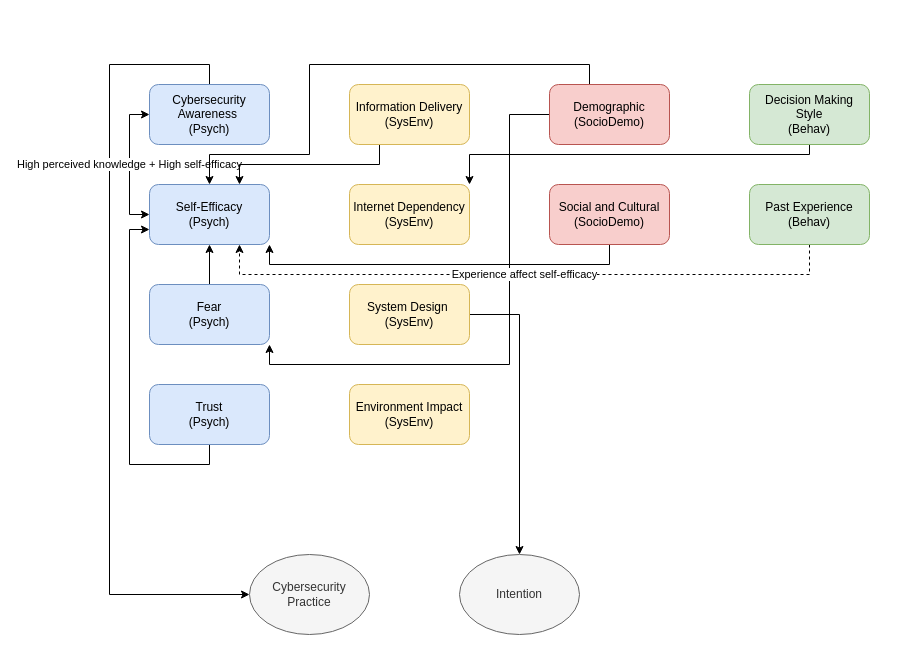
The draw.io diagram page "Page-1" (1 of 2) of Diagrams/Codebook.drawio in HooradAboo/I-CLAIM, before the edit. Source tidied: cells renumbered, new cells numbered last; positions are measured from the earlier drawing's top-left corner, leaving out a move shared by most shapes. Both pictures are drawn from the tidied source at 100%, with x=0, y=0 at pixel (109, 64).
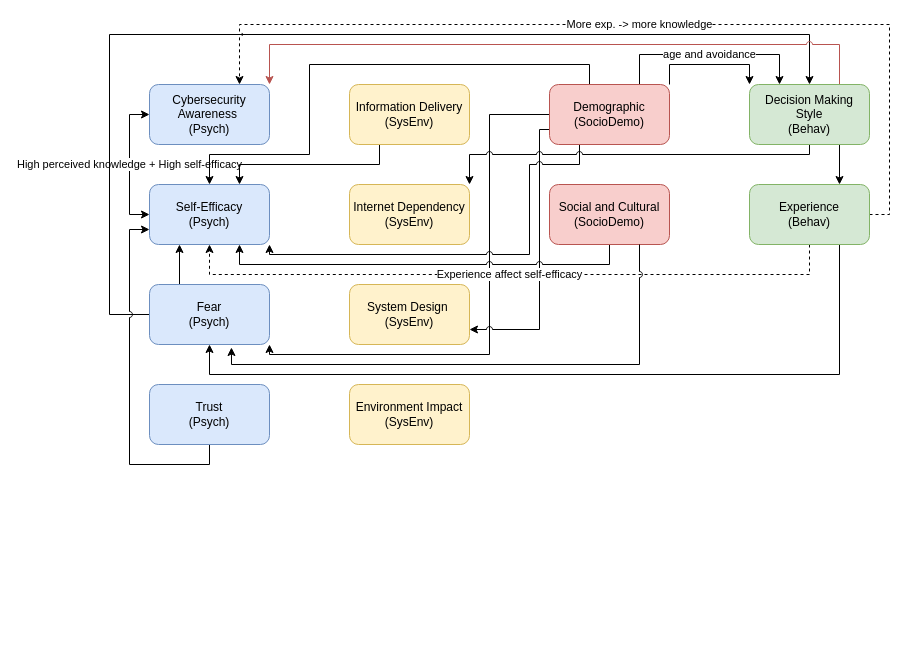
The same diagram, later.

The change refers to these unchanged cells:
```xml
<mxCell id="3" value="Cybersecurity Awareness&amp;nbsp;&lt;br&gt;(Psych)" style="rounded=1;whiteSpace=wrap;html=1;fillColor=#dae8fc;strokeColor=#6c8ebf;" parent="1" vertex="1">
  <mxGeometry x="40" y="20" width="120" height="60" as="geometry" />
</mxCell>
<mxCell id="5" value="Self-Efficacy&lt;br&gt;(Psych)" style="rounded=1;whiteSpace=wrap;html=1;fillColor=#dae8fc;strokeColor=#6c8ebf;" parent="1" vertex="1">
  <mxGeometry x="40" y="120" width="120" height="60" as="geometry" />
</mxCell>
<mxCell id="7" value="Fear&lt;br&gt;(Psych)" style="rounded=1;whiteSpace=wrap;html=1;fillColor=#dae8fc;strokeColor=#6c8ebf;" parent="1" vertex="1">
  <mxGeometry x="40" y="220" width="120" height="60" as="geometry" />
</mxCell>
<mxCell id="9" value="Trust&lt;br&gt;(Psych)" style="rounded=1;whiteSpace=wrap;html=1;fillColor=#dae8fc;strokeColor=#6c8ebf;" parent="1" vertex="1">
  <mxGeometry x="40" y="320" width="120" height="60" as="geometry" />
</mxCell>
<mxCell id="11" value="Information Delivery&lt;br&gt;(SysEnv)" style="rounded=1;whiteSpace=wrap;html=1;fillColor=#fff2cc;strokeColor=#d6b656;" parent="1" vertex="1">
  <mxGeometry x="240" y="20" width="120" height="60" as="geometry" />
</mxCell>
<mxCell id="12" value="Internet Dependency&lt;br&gt;(SysEnv)" style="rounded=1;whiteSpace=wrap;html=1;fillColor=#fff2cc;strokeColor=#d6b656;" parent="1" vertex="1">
  <mxGeometry x="240" y="120" width="120" height="60" as="geometry" />
</mxCell>
<mxCell id="14" value="System Design&lt;span style=&quot;background-color: transparent; color: light-dark(rgb(0, 0, 0), rgb(255, 255, 255));&quot;&gt;&amp;nbsp;&lt;/span&gt;&lt;div&gt;(SysEnv)&lt;/div&gt;" style="rounded=1;whiteSpace=wrap;html=1;fillColor=#fff2cc;strokeColor=#d6b656;" parent="1" vertex="1">
  <mxGeometry x="240" y="220" width="120" height="60" as="geometry" />
</mxCell>
<mxCell id="18" value="Demographic&lt;br&gt;(SocioDemo)" style="rounded=1;whiteSpace=wrap;html=1;fillColor=#f8cecc;strokeColor=#b85450;" parent="1" vertex="1">
  <mxGeometry x="440" y="20" width="120" height="60" as="geometry" />
</mxCell>
<mxCell id="20" value="Social and Cultural&lt;br&gt;(SocioDemo)" style="rounded=1;whiteSpace=wrap;html=1;fillColor=#f8cecc;strokeColor=#b85450;" parent="1" vertex="1">
  <mxGeometry x="440" y="120" width="120" height="60" as="geometry" />
</mxCell>
<mxCell id="22" value="Decision Making Style&lt;br&gt;(Behav)" style="rounded=1;whiteSpace=wrap;html=1;fillColor=#d5e8d4;strokeColor=#82b366;" parent="1" vertex="1">
  <mxGeometry x="640" y="20" width="120" height="60" as="geometry" />
</mxCell>
```

Change to the diagram source:
```diff
@@
-    <mxCell id="2" style="edgeStyle=orthogonalEdgeStyle;rounded=0;jettySize=auto;html=1;exitX=0.5;exitY=0;exitDx=0;exitDy=0;entryX=0;entryY=0.5;entryDx=0;entryDy=0;" parent="1" edge="1" source="3" target="25">
-      <mxGeometry relative="1" as="geometry">
-        <Array as="points">
-          <mxPoint x="100" />
-          <mxPoint />
-          <mxPoint y="530" />
-        </Array>
-      </mxGeometry>
-    </mxCell>
@@
-    <mxCell id="4" value="High perceived knowledge + High self-efficacy" style="edgeStyle=orthogonalEdgeStyle;rounded=0;jettySize=auto;html=1;exitX=0;exitY=0.5;exitDx=0;exitDy=0;entryX=0;entryY=0.5;entryDx=0;entryDy=0;startArrow=classic;startFill=1;" parent="1" edge="1" source="5" target="3">
+    <mxCell id="4" value="High perceived knowledge + High self-efficacy" style="edgeStyle=orthogonalEdgeStyle;rounded=0;jettySize=auto;html=1;exitX=0;exitY=0.5;exitDx=0;exitDy=0;entryX=0;entryY=0.5;entryDx=0;entryDy=0;startArrow=classic;startFill=1;jumpStyle=arc;" parent="1" edge="1" source="5" target="3">
       <mxGeometry relative="1" as="geometry" />
     </mxCell>
@@
+    <mxCell id="27" style="edgeStyle=orthogonalEdgeStyle;shape=connector;rounded=0;jumpStyle=arc;jettySize=auto;html=1;exitX=0;exitY=0.5;exitDx=0;exitDy=0;entryX=0.5;entryY=0;entryDx=0;entryDy=0;strokeColor=default;align=center;verticalAlign=middle;fontFamily=Helvetica;fontSize=11;fontColor=default;labelBackgroundColor=default;endArrow=classic;" parent="1" edge="1" source="7" target="22">
+      <mxGeometry relative="1" as="geometry">
+        <Array as="points">
+          <mxPoint y="250" />
+          <mxPoint y="-30" />
+          <mxPoint x="700" y="-30" />
+        </Array>
+      </mxGeometry>
+    </mxCell>
-    <mxCell id="6" style="edgeStyle=orthogonalEdgeStyle;rounded=0;jettySize=auto;html=1;exitX=0.5;exitY=0;exitDx=0;exitDy=0;entryX=0.5;entryY=1;entryDx=0;entryDy=0;" parent="1" edge="1" source="7" target="5">
+    <mxCell id="6" style="edgeStyle=orthogonalEdgeStyle;shape=connector;rounded=0;jumpStyle=arc;jettySize=auto;html=1;exitX=0.25;exitY=0;exitDx=0;exitDy=0;entryX=0.25;entryY=1;entryDx=0;entryDy=0;strokeColor=default;align=center;verticalAlign=middle;fontFamily=Helvetica;fontSize=11;fontColor=default;labelBackgroundColor=default;endArrow=classic;" parent="1" edge="1" source="7" target="5">
       <mxGeometry relative="1" as="geometry" />
     </mxCell>
@@
-    <mxCell id="8" style="edgeStyle=orthogonalEdgeStyle;rounded=0;jettySize=auto;html=1;exitX=0.5;exitY=1;exitDx=0;exitDy=0;entryX=0;entryY=0.75;entryDx=0;entryDy=0;" parent="1" edge="1" source="9" target="5">
+    <mxCell id="8" style="edgeStyle=orthogonalEdgeStyle;rounded=0;jettySize=auto;html=1;exitX=0.5;exitY=1;exitDx=0;exitDy=0;entryX=0;entryY=0.75;entryDx=0;entryDy=0;jumpStyle=arc;" parent="1" edge="1" source="9" target="5">
       <mxGeometry relative="1" as="geometry" />
     </mxCell>
@@
-    <mxCell id="10" style="edgeStyle=orthogonalEdgeStyle;rounded=0;jettySize=auto;html=1;exitX=0.25;exitY=1;exitDx=0;exitDy=0;entryX=0.75;entryY=0;entryDx=0;entryDy=0;" parent="1" edge="1" source="11" target="5">
+    <mxCell id="10" style="edgeStyle=orthogonalEdgeStyle;rounded=0;jettySize=auto;html=1;exitX=0.25;exitY=1;exitDx=0;exitDy=0;entryX=0.75;entryY=0;entryDx=0;entryDy=0;jumpStyle=arc;" parent="1" edge="1" source="11" target="5">
       <mxGeometry relative="1" as="geometry">
         <Array as="points">
           <mxPoint x="270" y="100" />
           <mxPoint x="130" y="100" />
         </Array>
       </mxGeometry>
     </mxCell>
@@
-    <mxCell id="13" style="edgeStyle=orthogonalEdgeStyle;rounded=0;jettySize=auto;html=1;exitX=1;exitY=0.5;exitDx=0;exitDy=0;entryX=0.5;entryY=0;entryDx=0;entryDy=0;" parent="1" edge="1" source="14" target="26">
-      <mxGeometry relative="1" as="geometry" />
-    </mxCell>
@@
-    <mxCell id="16" style="edgeStyle=orthogonalEdgeStyle;rounded=0;jettySize=auto;html=1;exitX=0.5;exitY=0;exitDx=0;exitDy=0;entryX=0.5;entryY=0;entryDx=0;entryDy=0;" parent="1" edge="1" source="18" target="5">
+    <mxCell id="16" style="edgeStyle=orthogonalEdgeStyle;rounded=0;jettySize=auto;html=1;exitX=0.5;exitY=0;exitDx=0;exitDy=0;entryX=0.5;entryY=0;entryDx=0;entryDy=0;jumpStyle=arc;" parent="1" edge="1" source="18" target="5">
       <mxGeometry relative="1" as="geometry">
         <Array as="points">
           <mxPoint x="480" y="20" />
           <mxPoint x="480" />
           <mxPoint x="200" />
           <mxPoint x="200" y="90" />
           <mxPoint x="100" y="90" />
         </Array>
       </mxGeometry>
     </mxCell>
-    <mxCell id="17" style="edgeStyle=orthogonalEdgeStyle;rounded=0;jettySize=auto;html=1;exitX=0;exitY=0.5;exitDx=0;exitDy=0;entryX=1;entryY=1;entryDx=0;entryDy=0;" parent="1" edge="1" source="18" target="7">
+    <mxCell id="17" style="edgeStyle=orthogonalEdgeStyle;rounded=0;jettySize=auto;html=1;exitX=0;exitY=0.5;exitDx=0;exitDy=0;entryX=1;entryY=1;entryDx=0;entryDy=0;jumpStyle=arc;" parent="1" edge="1" source="18" target="7">
       <mxGeometry relative="1" as="geometry">
         <Array as="points">
-          <mxPoint x="400" y="50" />
-          <mxPoint x="400" y="300" />
-          <mxPoint x="160" y="300" />
+          <mxPoint x="380" y="50" />
+          <mxPoint x="380" y="290" />
+          <mxPoint x="160" y="290" />
         </Array>
       </mxGeometry>
     </mxCell>
+    <mxCell id="28" style="edgeStyle=orthogonalEdgeStyle;rounded=0;jettySize=auto;html=1;exitX=1;exitY=0;exitDx=0;exitDy=0;entryX=0;entryY=0;entryDx=0;entryDy=0;jumpStyle=arc;" parent="1" edge="1" source="18" target="22">
+      <mxGeometry relative="1" as="geometry" />
+    </mxCell>
+    <mxCell id="29" style="edgeStyle=orthogonalEdgeStyle;rounded=0;jettySize=auto;html=1;exitX=0;exitY=0.75;exitDx=0;exitDy=0;entryX=1;entryY=0.75;entryDx=0;entryDy=0;jumpStyle=arc;" parent="1" edge="1" source="18" target="14">
+      <mxGeometry relative="1" as="geometry">
+        <Array as="points">
+          <mxPoint x="430" y="65" />
+          <mxPoint x="430" y="265" />
+        </Array>
+      </mxGeometry>
+    </mxCell>
+    <mxCell id="30" value="age and avoidance" style="edgeStyle=orthogonalEdgeStyle;shape=connector;rounded=0;jumpStyle=arc;jettySize=auto;html=1;exitX=0.75;exitY=0;exitDx=0;exitDy=0;entryX=0.25;entryY=0;entryDx=0;entryDy=0;strokeColor=default;align=center;verticalAlign=middle;fontFamily=Helvetica;fontSize=11;fontColor=default;labelBackgroundColor=default;endArrow=classic;" parent="1" edge="1" source="18" target="22">
+      <mxGeometry relative="1" as="geometry">
+        <Array as="points">
+          <mxPoint x="530" y="-10" />
+          <mxPoint x="670" y="-10" />
+        </Array>
+      </mxGeometry>
+    </mxCell>
+    <mxCell id="31" style="edgeStyle=orthogonalEdgeStyle;shape=connector;rounded=0;jumpStyle=arc;jettySize=auto;html=1;exitX=0.25;exitY=1;exitDx=0;exitDy=0;entryX=1;entryY=1;entryDx=0;entryDy=0;strokeColor=default;align=center;verticalAlign=middle;fontFamily=Helvetica;fontSize=11;fontColor=default;labelBackgroundColor=default;endArrow=classic;" parent="1" edge="1" source="18" target="5">
+      <mxGeometry relative="1" as="geometry">
+        <Array as="points">
+          <mxPoint x="470" y="100" />
+          <mxPoint x="420" y="100" />
+          <mxPoint x="420" y="190" />
+          <mxPoint x="160" y="190" />
+        </Array>
+      </mxGeometry>
+    </mxCell>
@@
-    <mxCell id="19" style="edgeStyle=orthogonalEdgeStyle;rounded=0;jettySize=auto;html=1;exitX=0.5;exitY=1;exitDx=0;exitDy=0;entryX=1;entryY=1;entryDx=0;entryDy=0;" parent="1" edge="1" source="20" target="5">
+    <mxCell id="19" style="edgeStyle=orthogonalEdgeStyle;rounded=0;jettySize=auto;html=1;exitX=0.5;exitY=1;exitDx=0;exitDy=0;entryX=0.75;entryY=1;entryDx=0;entryDy=0;jumpStyle=arc;" parent="1" edge="1" source="20" target="5">
       <mxGeometry relative="1" as="geometry" />
     </mxCell>
@@
-    <mxCell id="21" style="edgeStyle=orthogonalEdgeStyle;rounded=0;jettySize=auto;html=1;exitX=0.5;exitY=1;exitDx=0;exitDy=0;entryX=1;entryY=0;entryDx=0;entryDy=0;" parent="1" edge="1" source="22" target="12">
+    <mxCell id="21" style="edgeStyle=orthogonalEdgeStyle;rounded=0;jettySize=auto;html=1;exitX=0.5;exitY=1;exitDx=0;exitDy=0;entryX=1;entryY=0;entryDx=0;entryDy=0;jumpStyle=arc;" parent="1" edge="1" source="22" target="12">
       <mxGeometry relative="1" as="geometry">
         <Array as="points">
           <mxPoint x="700" y="90" />
           <mxPoint x="360" y="90" />
         </Array>
       </mxGeometry>
     </mxCell>
+    <mxCell id="32" style="edgeStyle=orthogonalEdgeStyle;shape=connector;rounded=0;jumpStyle=arc;jettySize=auto;html=1;exitX=0.75;exitY=0;exitDx=0;exitDy=0;entryX=1;entryY=0;entryDx=0;entryDy=0;strokeColor=#b85450;align=center;verticalAlign=middle;fontFamily=Helvetica;fontSize=11;fontColor=default;labelBackgroundColor=default;endArrow=classic;fillColor=#f8cecc;" parent="1" edge="1" source="22" target="3">
+      <mxGeometry relative="1" as="geometry">
+        <Array as="points">
+          <mxPoint x="730" y="-20" />
+          <mxPoint x="160" y="-20" />
+        </Array>
+      </mxGeometry>
+    </mxCell>
+    <mxCell id="33" style="edgeStyle=orthogonalEdgeStyle;shape=connector;rounded=0;jumpStyle=arc;jettySize=auto;html=1;exitX=0.75;exitY=1;exitDx=0;exitDy=0;entryX=0.75;entryY=0;entryDx=0;entryDy=0;strokeColor=default;align=center;verticalAlign=middle;fontFamily=Helvetica;fontSize=11;fontColor=default;labelBackgroundColor=default;endArrow=classic;" parent="1" edge="1" source="22" target="24">
+      <mxGeometry relative="1" as="geometry" />
+    </mxCell>
@@
-    <mxCell id="23" value="Experience affect self-efficacy" style="edgeStyle=orthogonalEdgeStyle;rounded=0;jettySize=auto;html=1;exitX=0.5;exitY=1;exitDx=0;exitDy=0;entryX=0.75;entryY=1;entryDx=0;entryDy=0;dashed=1;" parent="1" edge="1" source="24" target="5">
+    <mxCell id="23" value="Experience affect self-efficacy" style="edgeStyle=orthogonalEdgeStyle;rounded=0;jettySize=auto;html=1;exitX=0.5;exitY=1;exitDx=0;exitDy=0;entryX=0.5;entryY=1;entryDx=0;entryDy=0;dashed=1;jumpStyle=arc;" parent="1" edge="1" source="24" target="5">
       <mxGeometry relative="1" as="geometry">
         <Array as="points">
           <mxPoint x="700" y="210" />
-          <mxPoint x="130" y="210" />
+          <mxPoint x="100" y="210" />
         </Array>
       </mxGeometry>
     </mxCell>
+    <mxCell id="34" value="More exp. -&amp;gt; more knowledge" style="edgeStyle=orthogonalEdgeStyle;shape=connector;rounded=0;jumpStyle=arc;jettySize=auto;html=1;exitX=1;exitY=0.5;exitDx=0;exitDy=0;entryX=0.75;entryY=0;entryDx=0;entryDy=0;strokeColor=default;align=center;verticalAlign=middle;fontFamily=Helvetica;fontSize=11;fontColor=default;labelBackgroundColor=default;endArrow=classic;dashed=1;" parent="1" edge="1" source="24" target="3">
+      <mxGeometry relative="1" as="geometry">
+        <Array as="points">
+          <mxPoint x="780" y="150" />
+          <mxPoint x="780" y="-40" />
+          <mxPoint x="130" y="-40" />
+        </Array>
+      </mxGeometry>
+    </mxCell>
+    <mxCell id="35" style="edgeStyle=orthogonalEdgeStyle;shape=connector;rounded=0;jumpStyle=arc;jettySize=auto;html=1;exitX=0.75;exitY=1;exitDx=0;exitDy=0;entryX=0.5;entryY=1;entryDx=0;entryDy=0;strokeColor=default;align=center;verticalAlign=middle;fontFamily=Helvetica;fontSize=11;fontColor=default;labelBackgroundColor=default;endArrow=classic;" parent="1" edge="1" source="24" target="7">
+      <mxGeometry relative="1" as="geometry">
+        <Array as="points">
+          <mxPoint x="730" y="310" />
+          <mxPoint x="100" y="310" />
+        </Array>
+      </mxGeometry>
+    </mxCell>
-    <mxCell id="24" value="Past Experience&lt;br&gt;(Behav)" style="rounded=1;whiteSpace=wrap;html=1;fillColor=#d5e8d4;strokeColor=#82b366;" parent="1" vertex="1">
+    <mxCell id="24" value="Experience&lt;br&gt;(Behav)" style="rounded=1;whiteSpace=wrap;html=1;fillColor=#d5e8d4;strokeColor=#82b366;" parent="1" vertex="1">
       <mxGeometry x="640" y="120" width="120" height="60" as="geometry" />
     </mxCell>
-    <mxCell id="25" value="Cybersecurity Practice" style="ellipse;whiteSpace=wrap;html=1;fillColor=#f5f5f5;fontColor=#333333;strokeColor=#666666;" parent="1" vertex="1">
-      <mxGeometry x="140" y="490" width="120" height="80" as="geometry" />
-    </mxCell>
-    <mxCell id="26" value="Intention" style="ellipse;whiteSpace=wrap;html=1;fillColor=#f5f5f5;fontColor=#333333;strokeColor=#666666;" parent="1" vertex="1">
-      <mxGeometry x="350" y="490" width="120" height="80" as="geometry" />
-    </mxCell>
+    <mxCell id="36" style="edgeStyle=orthogonalEdgeStyle;shape=connector;rounded=0;jumpStyle=arc;jettySize=auto;html=1;exitX=0.75;exitY=1;exitDx=0;exitDy=0;entryX=0.683;entryY=1.05;entryDx=0;entryDy=0;entryPerimeter=0;strokeColor=default;align=center;verticalAlign=middle;fontFamily=Helvetica;fontSize=11;fontColor=default;labelBackgroundColor=default;endArrow=classic;" parent="1" edge="1" source="20" target="7">
+      <mxGeometry relative="1" as="geometry">
+        <Array as="points">
+          <mxPoint x="530" y="300" />
+          <mxPoint x="122" y="300" />
+        </Array>
+      </mxGeometry>
+    </mxCell>
```
